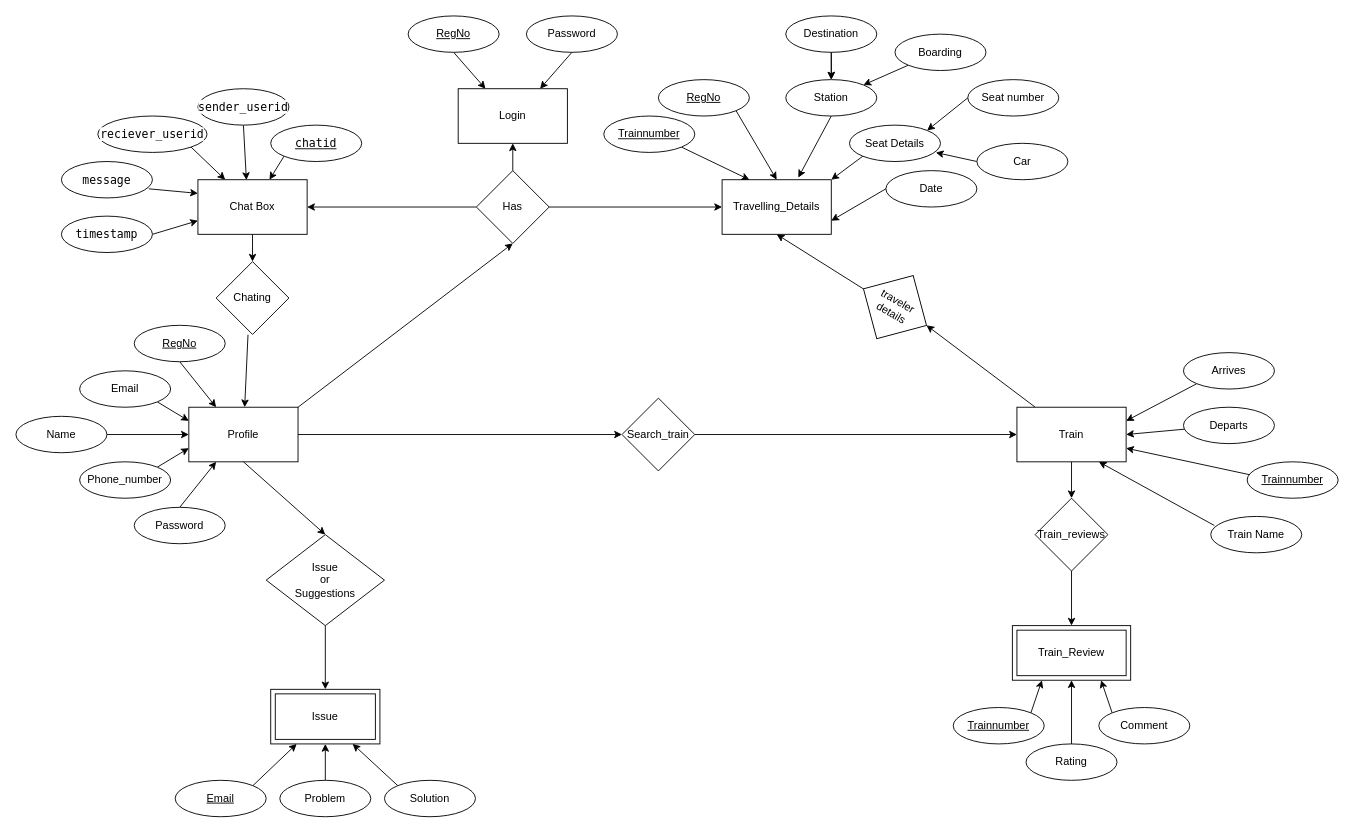
KarandeepSinghCoder/DBMSJcomponent keeps this draw.io diagram as page "Page-1" (1 of 3) of ERdiagram.drawio. Above is the earlier version. Source tidied: cells renumbered, new cells numbered last; positions are measured from the earlier drawing's top-left corner, leaving out a move shared by most shapes. Both pictures are drawn from the tidied source at 91%, with x=0, y=0 at pixel (15, 15).
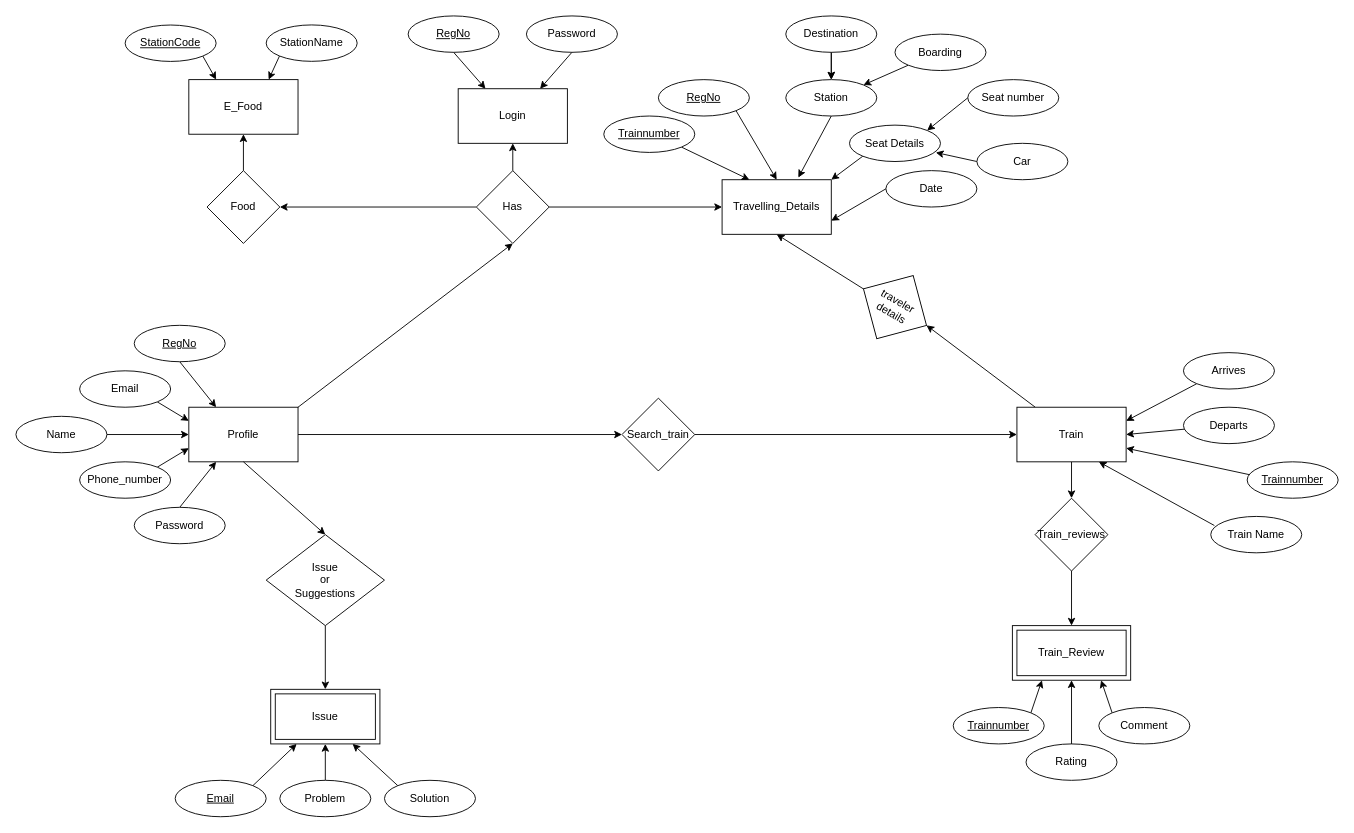
The same diagram, later.

The change refers to these unchanged cells:
```xml
<mxCell id="4" value="Profile" style="rounded=0;whiteSpace=wrap;html=1;" parent="1" vertex="1">
  <mxGeometry x="190" y="430" width="120" height="60" as="geometry" />
</mxCell>
<mxCell id="8" value="Has" style="rhombus;whiteSpace=wrap;html=1;rounded=0;" parent="1" vertex="1">
  <mxGeometry x="506" y="170" width="80" height="80" as="geometry" />
</mxCell>
```

Change to the diagram source:
```diff
@@
-    <mxCell id="7" style="edgeStyle=none;rounded=0;jettySize=auto;html=1;exitX=0;exitY=0.5;exitDx=0;exitDy=0;entryX=1;entryY=0.5;entryDx=0;entryDy=0;" parent="1" edge="1" source="8" target="79">
-      <mxGeometry relative="1" as="geometry" />
-    </mxCell>
+    <mxCell id="93" style="edgeStyle=none;rounded=0;jettySize=auto;html=1;exitX=0;exitY=0.5;exitDx=0;exitDy=0;entryX=1;entryY=0.5;entryDx=0;entryDy=0;" parent="1" edge="1" source="8" target="81">
+      <mxGeometry relative="1" as="geometry" />
+    </mxCell>
@@
-    <mxCell id="78" style="edgeStyle=none;rounded=0;jettySize=auto;html=1;" parent="1" edge="1" source="79" target="81">
-      <mxGeometry relative="1" as="geometry" />
-    </mxCell>
-    <mxCell id="79" value="Chat Box" style="whiteSpace=wrap;html=1;rounded=0;" parent="1" vertex="1">
-      <mxGeometry x="200" y="180" width="120" height="60" as="geometry" />
-    </mxCell>
-    <mxCell id="80" style="edgeStyle=none;rounded=0;jettySize=auto;html=1;exitX=0.438;exitY=1.003;exitDx=0;exitDy=0;exitPerimeter=0;" parent="1" edge="1" source="81" target="4">
-      <mxGeometry relative="1" as="geometry" />
-    </mxCell>
+    <mxCell id="94" style="edgeStyle=orthogonalEdgeStyle;rounded=0;jettySize=auto;html=1;" parent="1" edge="1" source="81" target="95">
+      <mxGeometry relative="1" as="geometry" />
+    </mxCell>
-    <mxCell id="81" value="Chating" style="rhombus;whiteSpace=wrap;html=1;rounded=0;" parent="1" vertex="1">
-      <mxGeometry x="220" y="270" width="80" height="80" as="geometry" />
+    <mxCell id="81" value="Food" style="rhombus;whiteSpace=wrap;html=1;rounded=0;" parent="1" vertex="1">
+      <mxGeometry x="210" y="170" width="80" height="80" as="geometry" />
     </mxCell>
@@
-    <mxCell id="83" style="edgeStyle=none;rounded=0;jettySize=auto;html=1;exitX=0;exitY=1;exitDx=0;exitDy=0;fontColor=#000000;" parent="1" edge="1" source="84" target="79">
-      <mxGeometry relative="1" as="geometry" />
-    </mxCell>
-    <mxCell id="84" value="&lt;u&gt;&lt;span style=&quot;font-family: &amp;#34;menlo&amp;#34; , &amp;#34;monaco&amp;#34; , &amp;#34;consolas&amp;#34; , &amp;#34;courier new&amp;#34; , monospace ; font-size: 12.6px ; background-color: rgb(255 , 255 , 255)&quot;&gt;chatid&lt;/span&gt;&lt;/u&gt;" style="ellipse;whiteSpace=wrap;html=1;align=center;rounded=0;" parent="1" vertex="1">
-      <mxGeometry x="280" y="120" width="100" height="40" as="geometry" />
-    </mxCell>
-    <mxCell id="85" style="edgeStyle=none;rounded=0;jettySize=auto;html=1;exitX=0.5;exitY=1;exitDx=0;exitDy=0;entryX=0.444;entryY=0.006;entryDx=0;entryDy=0;entryPerimeter=0;fontColor=#000000;" parent="1" edge="1" source="86" target="79">
-      <mxGeometry relative="1" as="geometry" />
-    </mxCell>
-    <mxCell id="86" value="&#10;&#10;&lt;span style=&quot;font-family: menlo, monaco, consolas, &amp;quot;courier new&amp;quot;, monospace; font-size: 12.6px; font-style: normal; font-weight: 400; letter-spacing: normal; text-indent: 0px; text-transform: none; word-spacing: 0px; background-color: rgb(255, 255, 255); display: inline; float: none;&quot;&gt;sender_userid&lt;/span&gt;&#10;&#10;" style="ellipse;whiteSpace=wrap;html=1;align=center;rounded=0;" parent="1" vertex="1">
-      <mxGeometry x="200" y="80" width="100" height="40" as="geometry" />
-    </mxCell>
-    <mxCell id="87" style="edgeStyle=none;rounded=0;jettySize=auto;html=1;exitX=1;exitY=1;exitDx=0;exitDy=0;entryX=0.25;entryY=0;entryDx=0;entryDy=0;fontColor=#000000;" parent="1" edge="1" source="88" target="79">
-      <mxGeometry relative="1" as="geometry" />
-    </mxCell>
-    <mxCell id="88" value="&#10;&#10;&lt;span style=&quot;font-family: menlo, monaco, consolas, &amp;quot;courier new&amp;quot;, monospace; font-size: 12.6px; font-style: normal; font-weight: 400; letter-spacing: normal; text-indent: 0px; text-transform: none; word-spacing: 0px; background-color: rgb(255, 255, 255); display: inline; float: none;&quot;&gt;reciever_userid&lt;/span&gt;&#10;&#10;" style="ellipse;whiteSpace=wrap;html=1;align=center;rounded=0;" parent="1" vertex="1">
-      <mxGeometry x="90" y="110" width="120" height="40" as="geometry" />
-    </mxCell>
-    <mxCell id="89" style="edgeStyle=none;rounded=0;jettySize=auto;html=1;entryX=0;entryY=0.25;entryDx=0;entryDy=0;fontColor=#000000;" parent="1" edge="1" target="79">
-      <mxGeometry relative="1" as="geometry">
-        <mxPoint x="146" y="190" as="sourcePoint" />
-      </mxGeometry>
-    </mxCell>
-    <mxCell id="90" value="&#10;&#10;&lt;span style=&quot;font-family: menlo, monaco, consolas, &amp;quot;courier new&amp;quot;, monospace; font-size: 12.6px; font-style: normal; font-weight: 400; letter-spacing: normal; text-indent: 0px; text-transform: none; word-spacing: 0px; background-color: rgb(255, 255, 255); display: inline; float: none;&quot;&gt;message&lt;/span&gt;&#10;&#10;" style="ellipse;whiteSpace=wrap;html=1;align=center;rounded=0;" parent="1" vertex="1">
-      <mxGeometry x="50" y="160" width="100" height="40" as="geometry" />
-    </mxCell>
-    <mxCell id="91" style="edgeStyle=none;rounded=0;jettySize=auto;html=1;exitX=1;exitY=0.5;exitDx=0;exitDy=0;entryX=0;entryY=0.75;entryDx=0;entryDy=0;fontColor=#000000;" parent="1" edge="1" source="92" target="79">
-      <mxGeometry relative="1" as="geometry" />
-    </mxCell>
-    <mxCell id="92" value="&#10;&#10;&lt;span style=&quot;font-family: menlo, monaco, consolas, &amp;quot;courier new&amp;quot;, monospace; font-size: 12.6px; font-style: normal; font-weight: 400; letter-spacing: normal; text-indent: 0px; text-transform: none; word-spacing: 0px; background-color: rgb(255, 255, 255); display: inline; float: none;&quot;&gt;timestamp&lt;/span&gt;&#10;&#10;" style="ellipse;whiteSpace=wrap;html=1;align=center;rounded=0;" parent="1" vertex="1">
-      <mxGeometry x="50" y="220" width="100" height="40" as="geometry" />
-    </mxCell>
+    <mxCell id="95" value="E_Food" style="whiteSpace=wrap;html=1;rounded=0;" parent="1" vertex="1">
+      <mxGeometry x="190" y="70" width="120" height="60" as="geometry" />
+    </mxCell>
+    <mxCell id="96" style="rounded=0;jettySize=auto;html=1;exitX=1;exitY=1;exitDx=0;exitDy=0;entryX=0.25;entryY=0;entryDx=0;entryDy=0;" parent="1" edge="1" source="97" target="95">
+      <mxGeometry relative="1" as="geometry" />
+    </mxCell>
+    <mxCell id="97" value="&lt;u&gt;StationCode&lt;/u&gt;" style="ellipse;whiteSpace=wrap;html=1;align=center;rounded=0;" parent="1" vertex="1">
+      <mxGeometry x="120" y="10" width="100" height="40" as="geometry" />
+    </mxCell>
+    <mxCell id="98" style="rounded=0;jettySize=auto;html=1;exitX=0;exitY=1;exitDx=0;exitDy=0;entryX=0.439;entryY=0.002;entryDx=0;entryDy=0;entryPerimeter=0;" parent="1" edge="1" source="99">
+      <mxGeometry relative="1" as="geometry">
+        <mxPoint x="277.7" y="70" as="targetPoint" />
+      </mxGeometry>
+    </mxCell>
+    <mxCell id="99" value="StationName" style="ellipse;whiteSpace=wrap;html=1;align=center;rounded=0;" parent="1" vertex="1">
+      <mxGeometry x="275" y="9.9" width="100" height="40" as="geometry" />
+    </mxCell>
```
